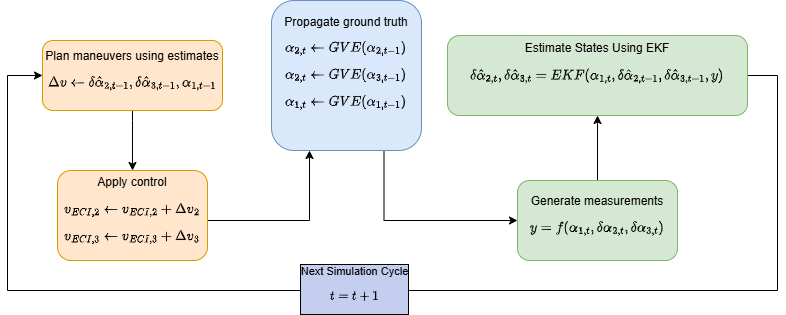
Before: LaTeX/PS9/soss_control_nav_arch.png, a diagram exported from draw.io (GigaVoltFlash/SOSS-AA-279D). Source tidied: cells renumbered, new cells last; positions are measured from the earlier drawing's top-left corner, leaving out a move shared by most shapes. The source it was exported from:
```xml
<mxGraphModel math="1">
  <root>
    <mxCell id="0" />
    <mxCell id="1" parent="0" />
    <mxCell id="2" style="edgeStyle=orthogonalEdgeStyle;rounded=0;jettySize=auto;html=1;entryX=0.5;entryY=0;entryDx=0;entryDy=0;exitX=0.5;exitY=1;exitDx=0;exitDy=0;" parent="1" edge="1" source="3" target="13">
      <mxGeometry relative="1" as="geometry">
        <Array as="points">
          <mxPoint x="125" y="120" />
          <mxPoint x="125" y="120" />
        </Array>
      </mxGeometry>
    </mxCell>
    <mxCell id="3" value="Plan maneuvers using estimates&lt;br&gt;$$\Delta v \leftarrow \delta \hat{\alpha}_{2, t-1},\delta \hat{\alpha}_{3, t-1}, \alpha_{1, t-1}$$" style="rounded=1;whiteSpace=wrap;html=1;fontSize=12;glass=0;strokeWidth=1;shadow=0;fillColor=#ffe6cc;strokeColor=#d79b00;" parent="1" vertex="1">
      <mxGeometry x="35" y="40" width="180" height="70" as="geometry" />
    </mxCell>
    <mxCell id="4" value="Yes" style="rounded=0;html=1;jettySize=auto;orthogonalLoop=1;fontSize=11;endArrow=block;endFill=0;endSize=8;strokeWidth=1;shadow=0;labelBackgroundColor=none;edgeStyle=orthogonalEdgeStyle;" parent="1" edge="1">
      <mxGeometry y="20" relative="1" as="geometry">
        <mxPoint x="191" y="110" as="sourcePoint" />
      </mxGeometry>
    </mxCell>
    <mxCell id="5" value="No" style="edgeStyle=orthogonalEdgeStyle;rounded=0;html=1;jettySize=auto;orthogonalLoop=1;fontSize=11;endArrow=block;endFill=0;endSize=8;strokeWidth=1;shadow=0;labelBackgroundColor=none;" parent="1" edge="1">
      <mxGeometry y="10" relative="1" as="geometry">
        <mxPoint x="241" y="70" as="sourcePoint" />
      </mxGeometry>
    </mxCell>
    <mxCell id="6" value="No" style="rounded=0;html=1;jettySize=auto;orthogonalLoop=1;fontSize=11;endArrow=block;endFill=0;endSize=8;strokeWidth=1;shadow=0;labelBackgroundColor=none;edgeStyle=orthogonalEdgeStyle;" parent="1" edge="1">
      <mxGeometry x="0.33" y="20" relative="1" as="geometry">
        <mxPoint x="191" y="230" as="sourcePoint" />
      </mxGeometry>
    </mxCell>
    <mxCell id="7" value="Yes" style="edgeStyle=orthogonalEdgeStyle;rounded=0;html=1;jettySize=auto;orthogonalLoop=1;fontSize=11;endArrow=block;endFill=0;endSize=8;strokeWidth=1;shadow=0;labelBackgroundColor=none;" parent="1" edge="1">
      <mxGeometry y="10" relative="1" as="geometry">
        <mxPoint x="291" y="190" as="targetPoint" />
      </mxGeometry>
    </mxCell>
    <mxCell id="8" style="edgeStyle=orthogonalEdgeStyle;rounded=0;jettySize=auto;html=1;" parent="1" edge="1" source="9" target="16">
      <mxGeometry relative="1" as="geometry" />
    </mxCell>
    <mxCell id="9" value="Generate measurements&lt;div&gt;$$y = f(\alpha_{1, t}, \delta \alpha_{2, t}, \delta \alpha_{3, t})$$&lt;/div&gt;" style="rounded=1;whiteSpace=wrap;html=1;fontSize=12;glass=0;strokeWidth=1;shadow=0;fillColor=#d5e8d4;strokeColor=#82b366;" parent="1" vertex="1">
      <mxGeometry x="510" y="180" width="160" height="80" as="geometry" />
    </mxCell>
    <mxCell id="10" style="edgeStyle=orthogonalEdgeStyle;rounded=0;jettySize=auto;html=1;entryX=0;entryY=0.5;entryDx=0;entryDy=0;exitX=0.75;exitY=1;exitDx=0;exitDy=0;" parent="1" edge="1" source="11" target="9">
      <mxGeometry relative="1" as="geometry">
        <Array as="points">
          <mxPoint x="377" y="220" />
        </Array>
      </mxGeometry>
    </mxCell>
    <mxCell id="11" value="Propagate ground truth&lt;br&gt;$$\alpha_{2, t} \leftarrow&amp;nbsp; GVE(\alpha_{2, t-1})$$&lt;div&gt;$$\alpha_{2, t} \leftarrow&amp;nbsp; GVE(\alpha_{3, t-1})$$&lt;/div&gt;&lt;div&gt;$$\alpha_{1, t} \leftarrow&amp;nbsp; GVE(\alpha_{1, t-1})$$&lt;br&gt;&lt;/div&gt;" style="rounded=1;whiteSpace=wrap;html=1;fontSize=12;glass=0;strokeWidth=1;shadow=0;fillColor=#dae8fc;strokeColor=#6c8ebf;" parent="1" vertex="1">
      <mxGeometry x="264" width="150" height="150" as="geometry" />
    </mxCell>
    <mxCell id="12" style="edgeStyle=orthogonalEdgeStyle;rounded=0;jettySize=auto;html=1;entryX=0.25;entryY=1;entryDx=0;entryDy=0;" parent="1" edge="1" source="13" target="11">
      <mxGeometry relative="1" as="geometry">
        <Array as="points">
          <mxPoint x="302" y="220" />
          <mxPoint x="302" y="150" />
        </Array>
      </mxGeometry>
    </mxCell>
    <mxCell id="13" value="Apply control&lt;br&gt;$$v_{ECI, 2} \leftarrow v_{ECI, 2} + \Delta v_2$$&lt;div&gt;$$v_{ECI, 3} \leftarrow v_{ECI, 3} + \Delta v_3$$&lt;/div&gt;" style="rounded=1;whiteSpace=wrap;html=1;fontSize=12;glass=0;strokeWidth=1;shadow=0;fillColor=#ffe6cc;strokeColor=#d79b00;" parent="1" vertex="1">
      <mxGeometry x="50" y="170" width="150" height="90" as="geometry" />
    </mxCell>
    <mxCell id="14" style="edgeStyle=orthogonalEdgeStyle;rounded=0;jettySize=auto;html=1;entryX=0;entryY=0.5;entryDx=0;entryDy=0;exitX=1;exitY=0.5;exitDx=0;exitDy=0;" parent="1" edge="1" source="16" target="3">
      <mxGeometry relative="1" as="geometry">
        <Array as="points">
          <mxPoint x="770" y="75" />
          <mxPoint x="770" y="290" />
          <mxPoint y="290" />
          <mxPoint y="75" />
        </Array>
      </mxGeometry>
    </mxCell>
    <mxCell id="15" value="Next Simulation Cycle&lt;br&gt;$$t = t + 1$$" style="edgeLabel;html=1;align=center;verticalAlign=middle;labelBorderColor=default;labelBackgroundColor=light-dark(#c4ceee, #ededed);" parent="14" vertex="1">
      <mxGeometry x="0.06" y="-1" relative="1" as="geometry" />
    </mxCell>
    <mxCell id="16" value="Estimate States Using EKF&lt;br&gt;$$\delta \hat{\alpha}_{2, t}, \delta \hat{\alpha}_{3, t} = EKF(\alpha_{1, t}, \delta \hat{\alpha}_{2, t-1}, \delta \hat{\alpha}_{3, t-1},&amp;nbsp;y)$$&lt;div&gt;&lt;br&gt;&lt;/div&gt;" style="rounded=1;whiteSpace=wrap;html=1;fontSize=12;glass=0;strokeWidth=1;shadow=0;fillColor=#d5e8d4;strokeColor=#82b366;" parent="1" vertex="1">
      <mxGeometry x="440" y="35" width="300" height="80" as="geometry" />
    </mxCell>
  </root>
</mxGraphModel>
```
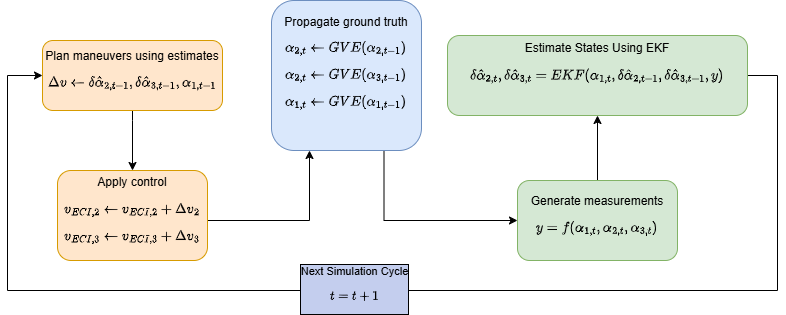
Above is the later version.

Change to the diagram source:
```diff
@@ -36,7 +36,7 @@
     <mxCell id="8" style="edgeStyle=orthogonalEdgeStyle;rounded=0;jettySize=auto;html=1;" parent="1" edge="1" source="9" target="16">
       <mxGeometry relative="1" as="geometry" />
     </mxCell>
-    <mxCell id="9" value="Generate measurements&lt;div&gt;$$y = f(\alpha_{1, t}, \delta \alpha_{2, t}, \delta \alpha_{3, t})$$&lt;/div&gt;" style="rounded=1;whiteSpace=wrap;html=1;fontSize=12;glass=0;strokeWidth=1;shadow=0;fillColor=#d5e8d4;strokeColor=#82b366;" parent="1" vertex="1">
+    <mxCell id="9" value="Generate measurements&lt;div&gt;$$y = f(\alpha_{1, t}, \alpha_{2, t}, \alpha_{3, t})$$&lt;/div&gt;" style="rounded=1;whiteSpace=wrap;html=1;fontSize=12;glass=0;strokeWidth=1;shadow=0;fillColor=#d5e8d4;strokeColor=#82b366;" parent="1" vertex="1">
       <mxGeometry x="510" y="180" width="160" height="80" as="geometry" />
     </mxCell>
     <mxCell id="10" style="edgeStyle=orthogonalEdgeStyle;rounded=0;jettySize=auto;html=1;entryX=0;entryY=0.5;entryDx=0;entryDy=0;exitX=0.75;exitY=1;exitDx=0;exitDy=0;" parent="1" edge="1" source="11" target="9">
```
